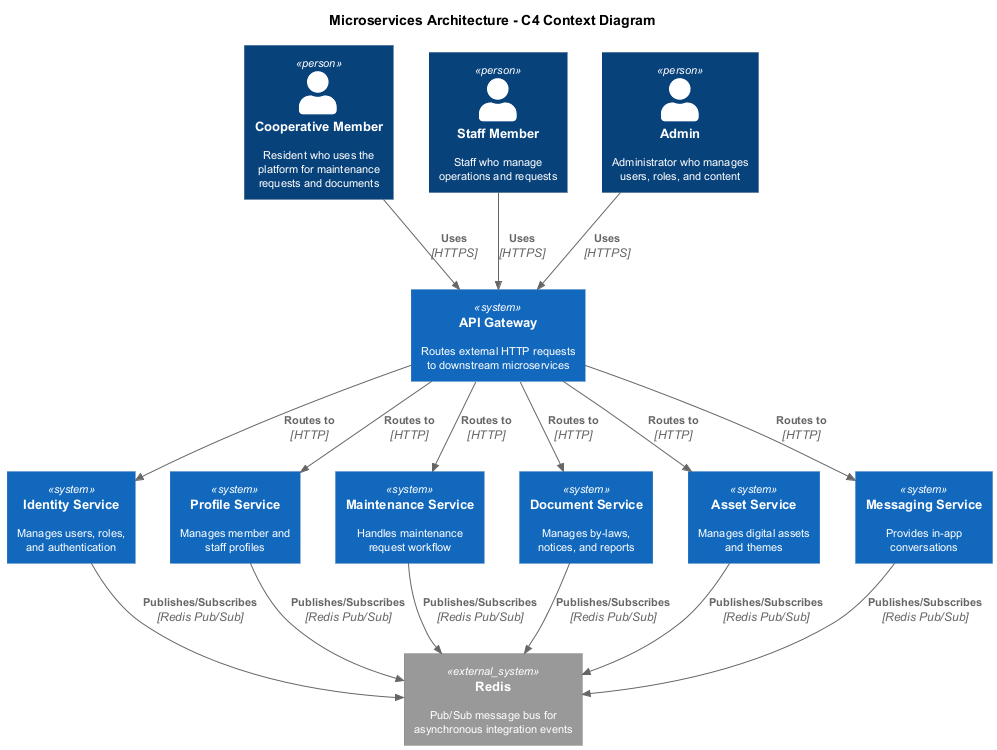
Above: docs/detailed-designs/12-modular-monolith-architecture/c4-context.png in QuinntyneBrown/Coop (PlantUML), before the change. Its diagram source:
```plantuml
@startuml c4-context

!include https://raw.githubusercontent.com/plantuml-stdlib/C4-PlantUML/master/C4_Context.puml

skinparam defaultFontSize 11
skinparam shadowing false
skinparam pageMargin 10

title Microservices Architecture - C4 Context Diagram

Person(member, "Cooperative Member", "Resident who uses the\nplatform for maintenance\nrequests and documents")
Person(staff, "Staff Member", "Staff who manage\noperations and requests")
Person(admin, "Admin", "Administrator who manages\nusers, roles, and content")

System(gateway, "API Gateway", "Routes external HTTP requests\nto downstream microservices")

System(identity, "Identity Service", "Manages users, roles,\nand authentication")
System(profile, "Profile Service", "Manages member and\nstaff profiles")
System(maintenance, "Maintenance Service", "Handles maintenance\nrequest workflow")
System(document, "Document Service", "Manages by-laws,\nnotices, and reports")
System(asset, "Asset Service", "Manages digital assets\nand themes")
System(messaging, "Messaging Service", "Provides in-app\nconversations")

System_Ext(redis, "Redis", "Pub/Sub message bus for\nasynchronous integration events")

Rel(member, gateway, "Uses", "HTTPS")
Rel(staff, gateway, "Uses", "HTTPS")
Rel(admin, gateway, "Uses", "HTTPS")

Rel(gateway, identity, "Routes to", "HTTP")
Rel(gateway, profile, "Routes to", "HTTP")
Rel(gateway, maintenance, "Routes to", "HTTP")
Rel(gateway, document, "Routes to", "HTTP")
Rel(gateway, asset, "Routes to", "HTTP")
Rel(gateway, messaging, "Routes to", "HTTP")

Rel(identity, redis, "Publishes/Subscribes", "Redis Pub/Sub")
Rel(profile, redis, "Publishes/Subscribes", "Redis Pub/Sub")
Rel(maintenance, redis, "Publishes/Subscribes", "Redis Pub/Sub")
Rel(document, redis, "Publishes/Subscribes", "Redis Pub/Sub")
Rel(asset, redis, "Publishes/Subscribes", "Redis Pub/Sub")
Rel(messaging, redis, "Publishes/Subscribes", "Redis Pub/Sub")

@enduml
```
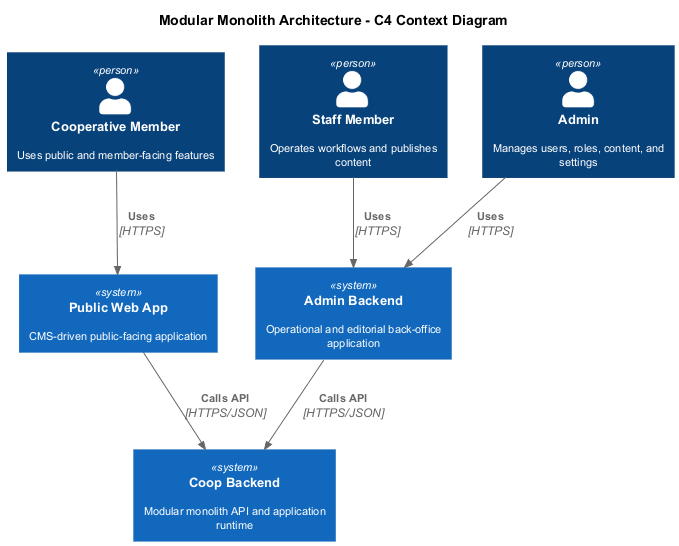
After the change.

What changed in the source:
```diff
@@ -6,39 +6,21 @@
 skinparam shadowing false
 skinparam pageMargin 10
 
-title Microservices Architecture - C4 Context Diagram
+title Modular Monolith Architecture - C4 Context Diagram
 
-Person(member, "Cooperative Member", "Resident who uses the\nplatform for maintenance\nrequests and documents")
-Person(staff, "Staff Member", "Staff who manage\noperations and requests")
-Person(admin, "Admin", "Administrator who manages\nusers, roles, and content")
+Person(member, "Cooperative Member", "Uses public and member-facing features")
+Person(staff, "Staff Member", "Operates workflows and publishes content")
+Person(admin, "Admin", "Manages users, roles, content, and settings")
 
-System(gateway, "API Gateway", "Routes external HTTP requests\nto downstream microservices")
+System(publicApp, "Public Web App", "CMS-driven public-facing application")
+System(adminApp, "Admin Backend", "Operational and editorial back-office application")
+System(coopBackend, "Coop Backend", "Modular monolith API and application runtime")
 
-System(identity, "Identity Service", "Manages users, roles,\nand authentication")
-System(profile, "Profile Service", "Manages member and\nstaff profiles")
-System(maintenance, "Maintenance Service", "Handles maintenance\nrequest workflow")
-System(document, "Document Service", "Manages by-laws,\nnotices, and reports")
-System(asset, "Asset Service", "Manages digital assets\nand themes")
-System(messaging, "Messaging Service", "Provides in-app\nconversations")
+Rel(member, publicApp, "Uses", "HTTPS")
+Rel(staff, adminApp, "Uses", "HTTPS")
+Rel(admin, adminApp, "Uses", "HTTPS")
 
-System_Ext(redis, "Redis", "Pub/Sub message bus for\nasynchronous integration events")
-
-Rel(member, gateway, "Uses", "HTTPS")
-Rel(staff, gateway, "Uses", "HTTPS")
-Rel(admin, gateway, "Uses", "HTTPS")
-
-Rel(gateway, identity, "Routes to", "HTTP")
-Rel(gateway, profile, "Routes to", "HTTP")
-Rel(gateway, maintenance, "Routes to", "HTTP")
-Rel(gateway, document, "Routes to", "HTTP")
-Rel(gateway, asset, "Routes to", "HTTP")
-Rel(gateway, messaging, "Routes to", "HTTP")
-
-Rel(identity, redis, "Publishes/Subscribes", "Redis Pub/Sub")
-Rel(profile, redis, "Publishes/Subscribes", "Redis Pub/Sub")
-Rel(maintenance, redis, "Publishes/Subscribes", "Redis Pub/Sub")
-Rel(document, redis, "Publishes/Subscribes", "Redis Pub/Sub")
-Rel(asset, redis, "Publishes/Subscribes", "Redis Pub/Sub")
-Rel(messaging, redis, "Publishes/Subscribes", "Redis Pub/Sub")
+Rel(publicApp, coopBackend, "Calls API", "HTTPS/JSON")
+Rel(adminApp, coopBackend, "Calls API", "HTTPS/JSON")
 
 @enduml
```
